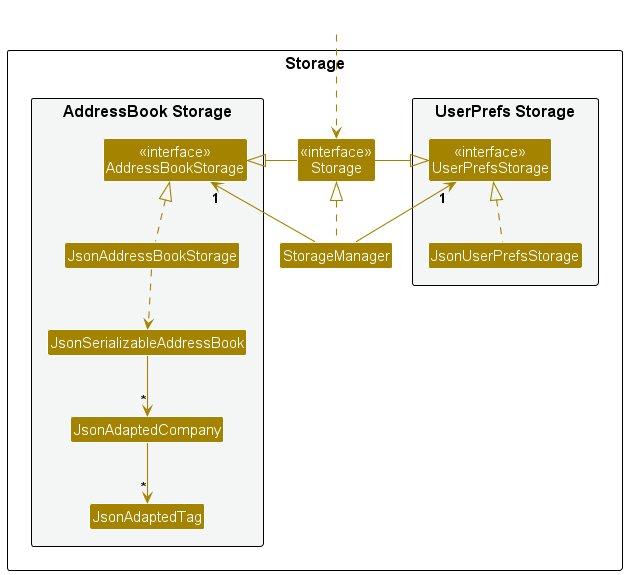
tayruxin/tp keeps this PlantUML diagram as docs/images/StorageClassDiagram.png. Above is the earlier version.
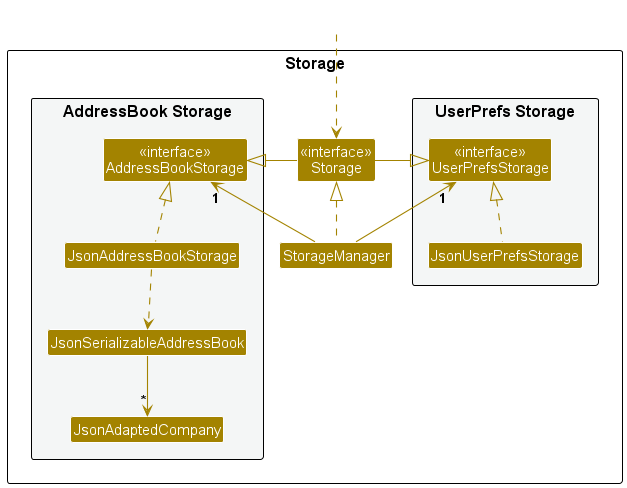
The same diagram one commit later.

Diff of the diagram source:
```diff
@@ -19,7 +19,7 @@
 Class JsonAddressBookStorage
 Class JsonSerializableAddressBook
 Class JsonAdaptedCompany
-Class JsonAdaptedTag
+
 }
 
 }
@@ -38,6 +38,5 @@
 JsonAddressBookStorage .up.|> AddressBookStorage
 JsonAddressBookStorage ..> JsonSerializableAddressBook
 JsonSerializableAddressBook --> "*" JsonAdaptedCompany
-JsonAdaptedCompany --> "*" JsonAdaptedTag
 
 @enduml
```
